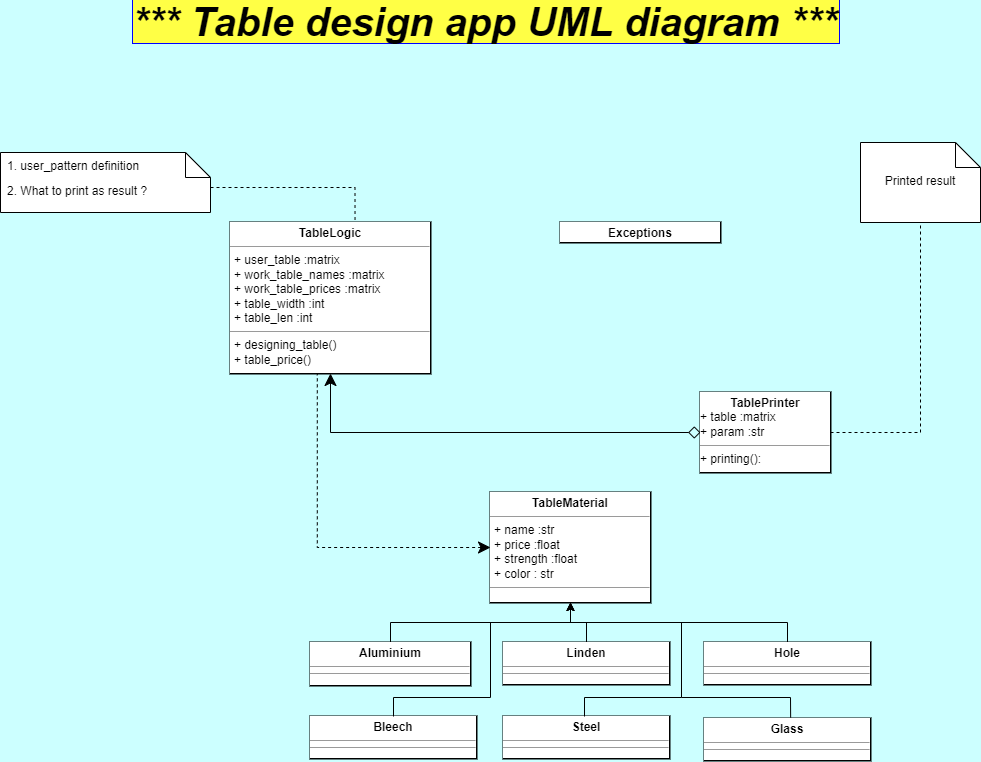
jordrag/Exercises keeps this draw.io diagram as Table/images/Table_design_UML.drawio.png. Above is the earlier version. Source tidied: cells renumbered, new cells last; positions are measured from the earlier drawing's top-left corner, leaving out a move shared by most shapes.
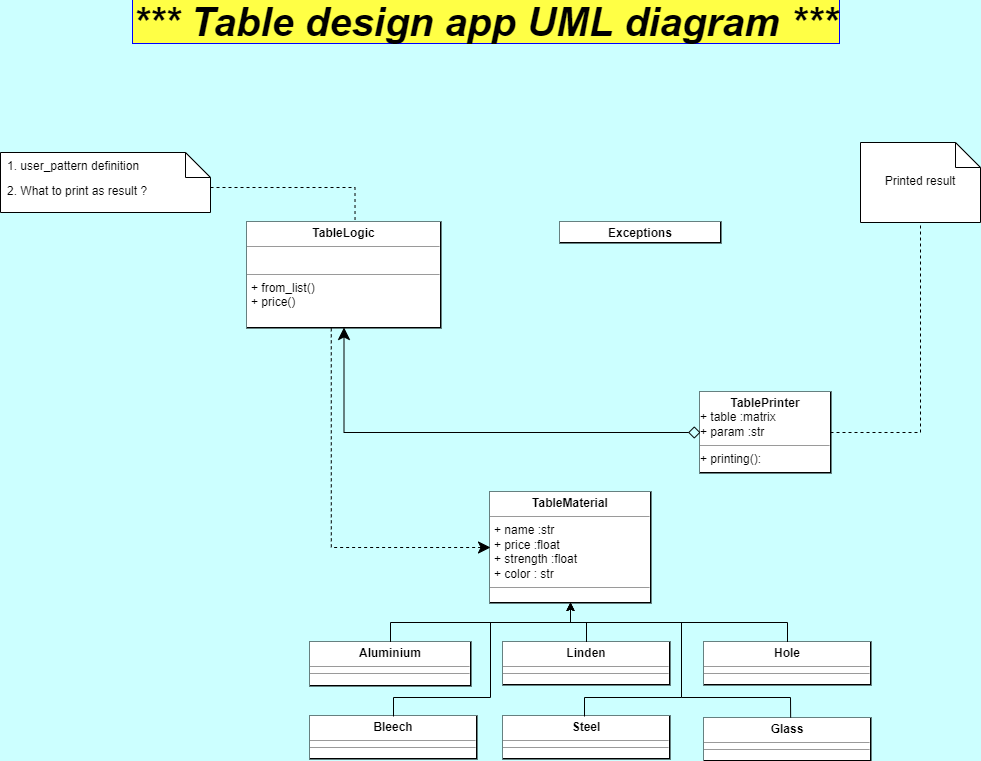
The same file after the commit.

Commit message:
with classmethods and property, corrected UML

What changed in the source:
```diff
@@ -11,8 +11,8 @@
         <mxPoint x="354.5" y="207.8" as="targetPoint" />
       </mxGeometry>
     </mxCell>
-    <mxCell id="4" value="&lt;p style=&quot;margin: 0px ; margin-top: 4px ; text-align: center&quot;&gt;&lt;b&gt;TableLogic&lt;/b&gt;&lt;br&gt;&lt;/p&gt;&lt;hr size=&quot;1&quot;&gt;&lt;p style=&quot;margin: 0px ; margin-left: 4px&quot;&gt;+ user_table :matrix&lt;br&gt;&lt;/p&gt;&lt;p style=&quot;margin: 0px ; margin-left: 4px&quot;&gt;+ work_table_names :matrix&lt;/p&gt;&lt;p style=&quot;margin: 0px ; margin-left: 4px&quot;&gt;+ work_table_prices :matrix&lt;/p&gt;&lt;p style=&quot;margin: 0px ; margin-left: 4px&quot;&gt;+ table_width :int&lt;br&gt;&lt;/p&gt;&lt;p style=&quot;margin: 0px ; margin-left: 4px&quot;&gt;+ table_len :int&lt;br&gt;&lt;/p&gt;&lt;hr size=&quot;1&quot;&gt;&lt;p style=&quot;margin: 0px ; margin-left: 4px&quot;&gt;+ designing_table()&lt;/p&gt;&lt;p style=&quot;margin: 0px ; margin-left: 4px&quot;&gt;+ table_price()&lt;br&gt;&lt;/p&gt;&lt;hr size=&quot;1&quot;&gt;&amp;nbsp;&lt;p style=&quot;margin: 0px ; margin-left: 4px&quot;&gt;&amp;nbsp;&lt;/p&gt;" style="verticalAlign=top;align=left;overflow=fill;fontSize=12;fontFamily=Helvetica;html=1;rounded=0;glass=0;labelBackgroundColor=#FFFFFF;labelBorderColor=none;fillColor=none;perimeterSpacing=0;strokeColor=default;strokeWidth=2;fillStyle=solid;gradientColor=default;" parent="1" vertex="1">
-      <mxGeometry x="230" y="210" width="200" height="151" as="geometry" />
+    <mxCell id="4" value="&lt;p style=&quot;margin: 0px ; margin-top: 4px ; text-align: center&quot;&gt;&lt;b&gt;TableLogic&lt;/b&gt;&lt;br&gt;&lt;/p&gt;&lt;hr size=&quot;1&quot;&gt;&lt;p style=&quot;margin: 0px ; margin-left: 4px&quot;&gt;&lt;br&gt;&lt;/p&gt;&lt;hr size=&quot;1&quot;&gt;&lt;p style=&quot;margin: 0px ; margin-left: 4px&quot;&gt;+ from_list()&lt;/p&gt;&lt;p style=&quot;margin: 0px ; margin-left: 4px&quot;&gt;+ price()&lt;br&gt;&lt;/p&gt;&amp;nbsp;&lt;p style=&quot;margin: 0px ; margin-left: 4px&quot;&gt;&amp;nbsp;&lt;/p&gt;" style="verticalAlign=top;align=left;overflow=fill;fontSize=12;fontFamily=Helvetica;html=1;rounded=0;glass=0;labelBackgroundColor=#FFFFFF;labelBorderColor=none;fillColor=none;perimeterSpacing=0;strokeColor=default;strokeWidth=2;fillStyle=solid;gradientColor=default;" parent="1" vertex="1">
+      <mxGeometry x="247" y="210" width="193" height="105" as="geometry" />
     </mxCell>
     <mxCell id="5" style="edgeStyle=orthogonalEdgeStyle;rounded=0;jettySize=auto;html=1;exitX=0;exitY=0.5;exitDx=0;exitDy=0;entryX=0.434;entryY=1.002;entryDx=0;entryDy=0;entryPerimeter=0;startArrow=classic;startFill=1;endArrow=none;endFill=0;endSize=10;startSize=10;dashed=1;" parent="1" edge="1" source="6" target="4">
       <mxGeometry relative="1" as="geometry" />
```
